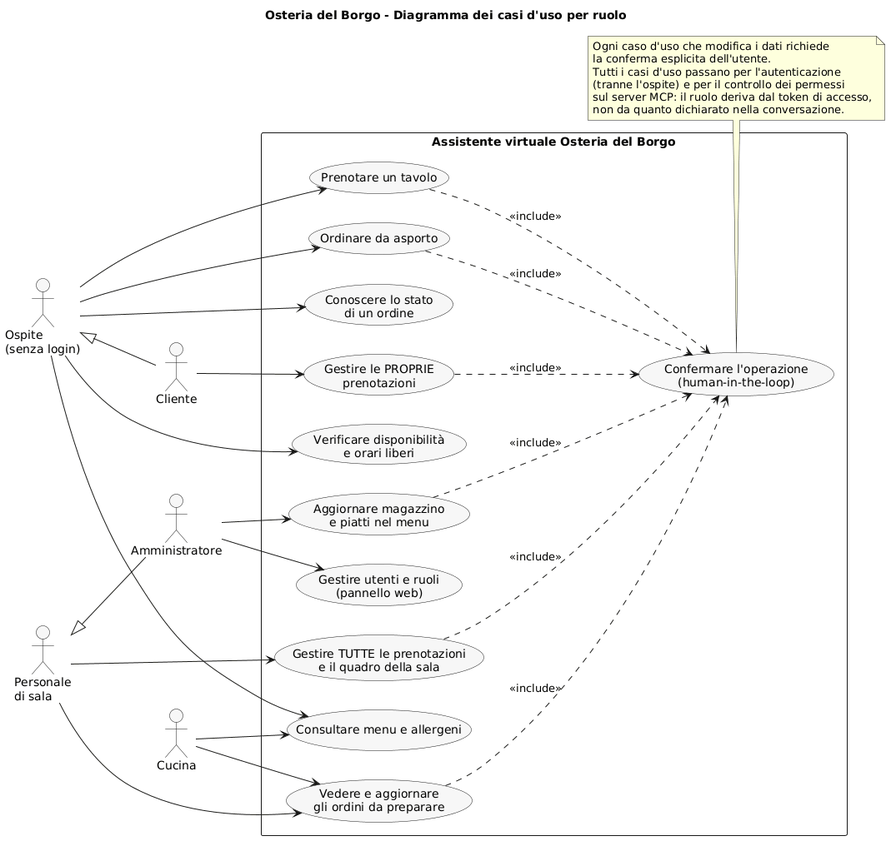
Gabrymarg/Gabrymarg-AI-MCP keeps this PlantUML diagram as docs/diagrammi/casi_uso.png. Above is the earlier version.
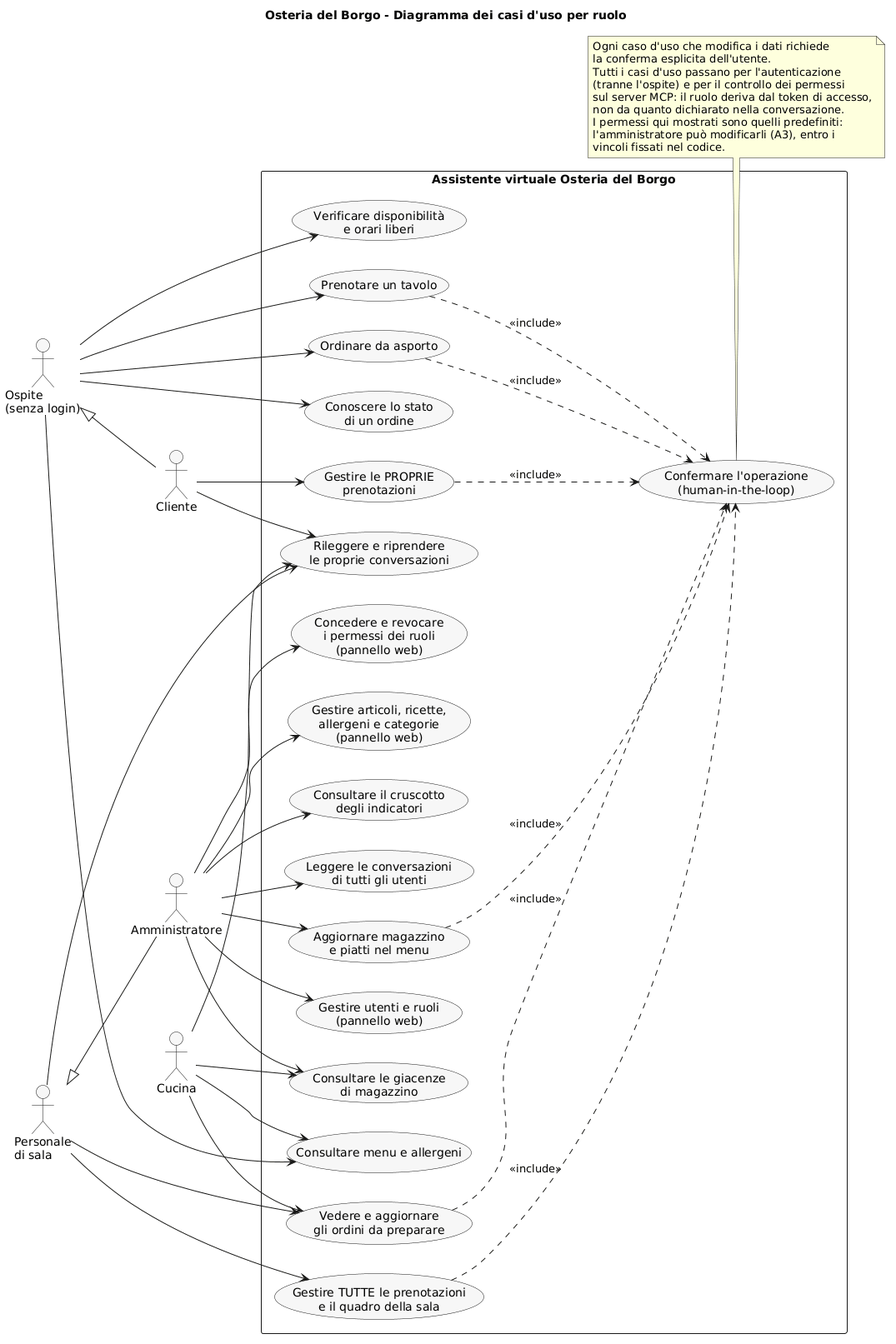
The same diagram one commit later.

Commit message:
Diagrammi aggiornati al codice definitivo: casi d'uso, architettura, classi del server

Change to the diagram source:
```diff
@@ -27,6 +27,12 @@
   usecase "Vedere e aggiornare\ngli ordini da preparare" as O3
   usecase "Aggiornare magazzino\ne piatti nel menu" as A1
   usecase "Gestire utenti e ruoli\n(pannello web)" as A2
+  usecase "Concedere e revocare\ni permessi dei ruoli\n(pannello web)" as A3
+  usecase "Gestire articoli, ricette,\nallergeni e categorie\n(pannello web)" as A4
+  usecase "Consultare il cruscotto\ndegli indicatori" as A5
+  usecase "Leggere le conversazioni\ndi tutti gli utenti" as A6
+  usecase "Consultare le giacenze\ndi magazzino" as G1
+  usecase "Rileggere e riprendere\nle proprie conversazioni" as S1
   usecase "Confermare l'operazione\n(human-in-the-loop)" as C1
 }
 
@@ -42,6 +48,15 @@
 Cucina --> O3
 Admin --> A1
 Admin --> A2
+Admin --> A3
+Admin --> A4
+Admin --> A5
+Admin --> A6
+Admin --> G1
+Cucina --> G1
+Cliente --> S1
+Sala --> S1
+Cucina --> S1
 
 P2 ..> C1 : <<include>>
 O1 ..> C1 : <<include>>
@@ -57,5 +72,8 @@
   (tranne l'ospite) e per il controllo dei permessi
   sul server MCP: il ruolo deriva dal token di accesso,
   non da quanto dichiarato nella conversazione.
+  I permessi qui mostrati sono quelli predefiniti:
+  l'amministratore può modificarli (A3), entro i
+  vincoli fissati nel codice.
 end note
 @enduml
```
